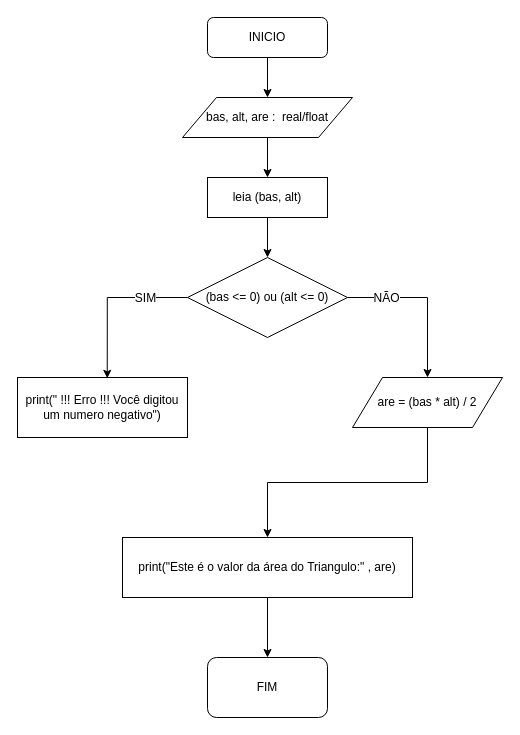
MarinhoDevTi/algoritimo-logica-programacao keeps this draw.io diagram as PROVAS/prova_03-final_06.07.2022/pergunta_01/Pergunta01.drawio. Above is the earlier version. Source tidied: cells renumbered, new cells numbered last; positions are measured from the earlier drawing's top-left corner, leaving out a move shared by most shapes. Both pictures are drawn from the tidied source at 100%, with x=0, y=0 at pixel (17, 17).
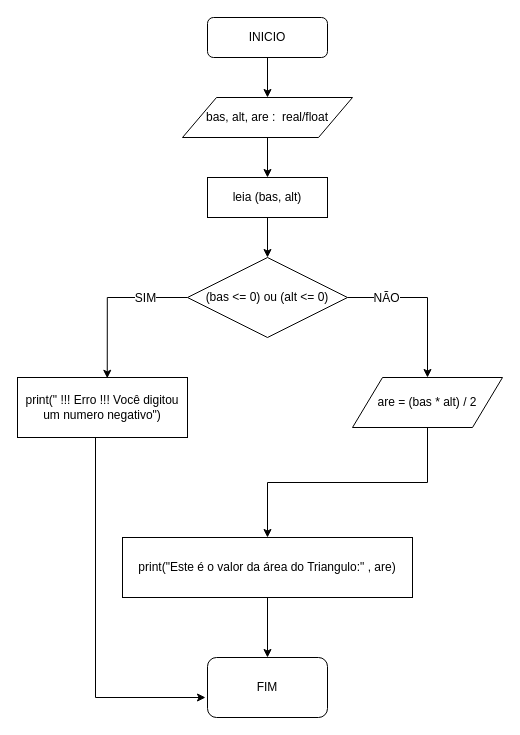
Above is the later version.

The change refers to these unchanged cells:
```xml
<mxCell id="13" value="print(&quot; !!! Erro !!! Você digitou um numero negativo&quot;)" style="rounded=0;whiteSpace=wrap;html=1;" parent="1" vertex="1">
  <mxGeometry y="360" width="170" height="60" as="geometry" />
</mxCell>
```

Change to the diagram source:
```diff
@@
+    <mxCell id="19" style="edgeStyle=orthogonalEdgeStyle;rounded=0;jettySize=auto;html=1;" parent="1" edge="1" source="13">
+      <mxGeometry relative="1" as="geometry">
+        <mxPoint x="188" y="680" as="targetPoint" />
+        <Array as="points">
+          <mxPoint x="78" y="680" />
+        </Array>
+      </mxGeometry>
+    </mxCell>
```
